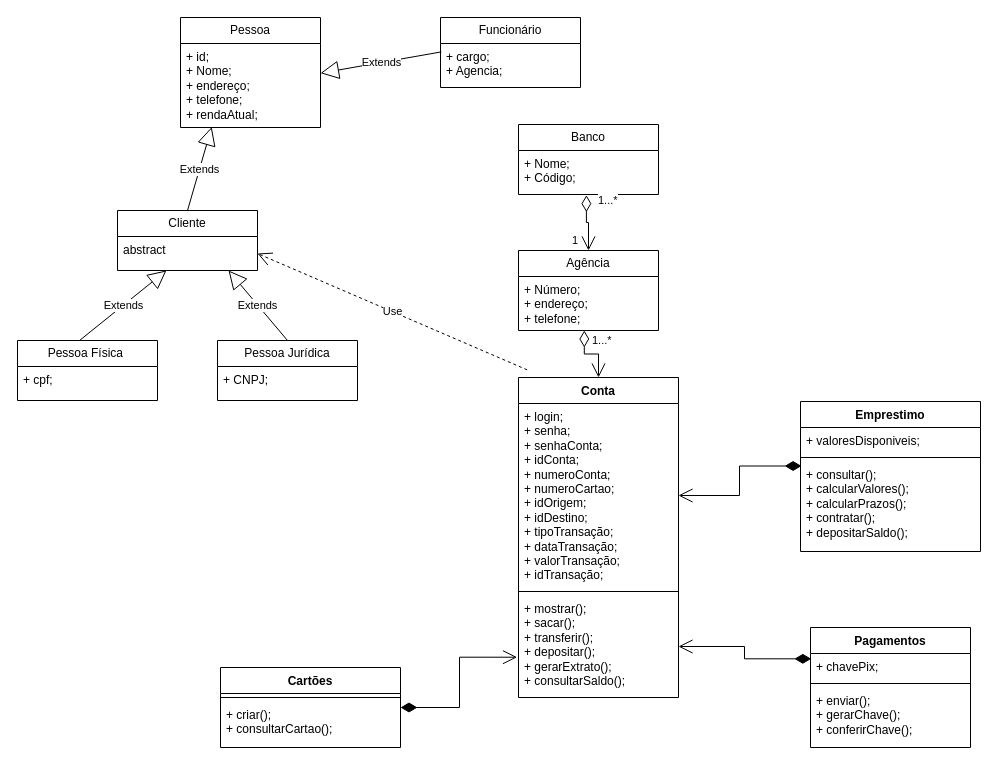
Above: Scape-Bank-2.drawio in arianamesquita/scape-bank-2.0 (draw.io), before the change. Source tidied: cells renumbered, new cells numbered last; positions are measured from the earlier drawing's top-left corner, leaving out a move shared by most shapes. Both pictures are drawn from the tidied source at 100%, with x=0, y=0 at pixel (17, 17).
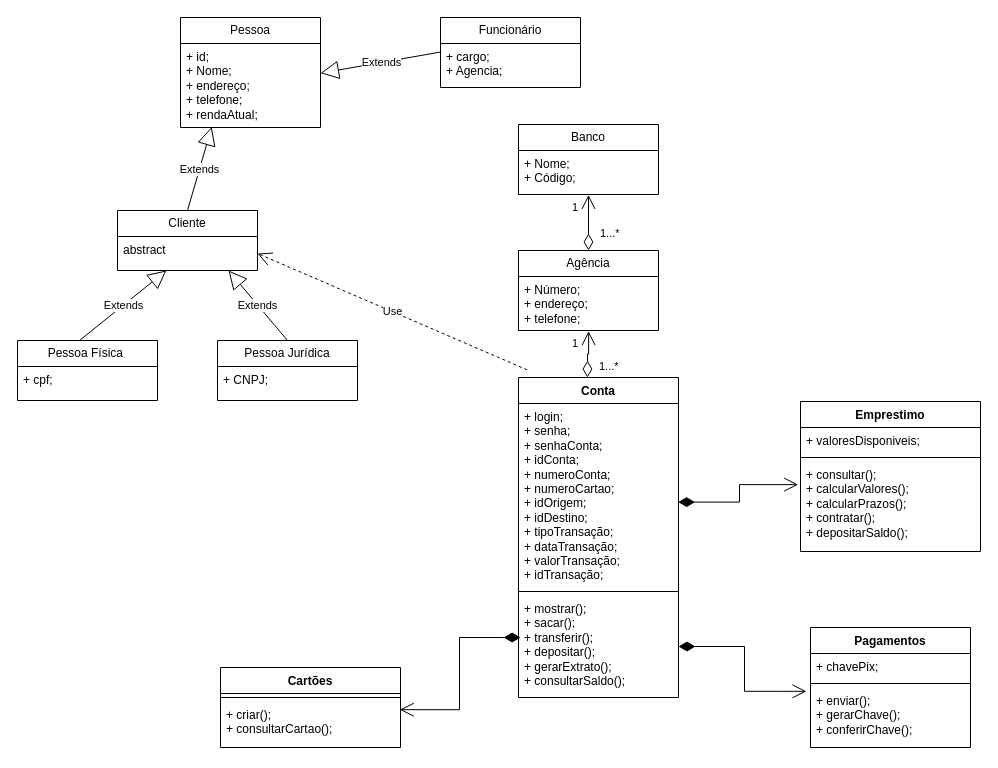
Above is the later version.

Unchanged cells that the change refers to:
```xml
<mxCell id="13" value="+ Nome;&lt;br&gt;+ Código;" style="text;strokeColor=none;fillColor=none;align=left;verticalAlign=top;spacingLeft=4;spacingRight=4;overflow=hidden;points=[[0,0.5],[1,0.5]];portConstraint=eastwest;whiteSpace=wrap;html=1;" parent="12" vertex="1">
  <mxGeometry y="26" width="140" height="44" as="geometry" />
</mxCell>
<mxCell id="14" value="Agência" style="swimlane;fontStyle=0;horizontal=1;startSize=26;fillColor=none;whiteSpace=wrap;html=1;" parent="1" vertex="1">
  <mxGeometry x="501" y="233" width="140" height="80" as="geometry" />
</mxCell>
<mxCell id="15" value="+ Número;&lt;br&gt;+ endereço;&lt;br&gt;+ telefone;" style="text;strokeColor=none;fillColor=none;align=left;verticalAlign=top;spacingLeft=4;spacingRight=4;overflow=hidden;points=[[0,0.5],[1,0.5]];portConstraint=eastwest;whiteSpace=wrap;html=1;" parent="14" vertex="1">
  <mxGeometry y="26" width="140" height="54" as="geometry" />
</mxCell>
<mxCell id="26" value="+ consultar();&lt;br&gt;+ calcularValores();&lt;br&gt;+ calcularPrazos();&lt;br&gt;+ contratar();&lt;br&gt;+ depositarSaldo();" style="text;strokeColor=none;fillColor=none;align=left;verticalAlign=top;spacingLeft=4;spacingRight=4;overflow=hidden;points=[[0,0.5],[1,0.5]];portConstraint=eastwest;whiteSpace=wrap;html=1;" parent="23" vertex="1">
  <mxGeometry y="60" width="180" height="90" as="geometry" />
</mxCell>
<mxCell id="28" value="+ chavePix;" style="text;strokeColor=none;fillColor=none;align=left;verticalAlign=top;spacingLeft=4;spacingRight=4;overflow=hidden;points=[[0,0.5],[1,0.5]];portConstraint=eastwest;whiteSpace=wrap;html=1;" parent="27" vertex="1">
  <mxGeometry y="26" width="160" height="26" as="geometry" />
</mxCell>
<mxCell id="30" value="+ enviar();&lt;br&gt;+ gerarChave();&lt;br&gt;+ conferirChave();" style="text;strokeColor=none;fillColor=none;align=left;verticalAlign=top;spacingLeft=4;spacingRight=4;overflow=hidden;points=[[0,0.5],[1,0.5]];portConstraint=eastwest;whiteSpace=wrap;html=1;" parent="27" vertex="1">
  <mxGeometry y="60" width="160" height="60" as="geometry" />
</mxCell>
<mxCell id="31" value="Conta" style="swimlane;fontStyle=1;align=center;verticalAlign=top;horizontal=1;startSize=26;whiteSpace=wrap;html=1;" parent="1" vertex="1">
  <mxGeometry x="501" y="360" width="160" height="320" as="geometry" />
</mxCell>
<mxCell id="32" value="+ login;&lt;br&gt;+ senha;&lt;br&gt;+ senhaConta;&lt;br&gt;+ idConta;&lt;br&gt;+ numeroConta;&lt;br&gt;+ numeroCartao;&lt;br&gt;+ idOrigem;&lt;br style=&quot;border-color: var(--border-color);&quot;&gt;+ idDestino;&lt;br style=&quot;border-color: var(--border-color);&quot;&gt;+ tipoTransação;&lt;br style=&quot;border-color: var(--border-color);&quot;&gt;+ dataTransação;&lt;br style=&quot;border-color: var(--border-color);&quot;&gt;+ valorTransação;&lt;br style=&quot;border-color: var(--border-color);&quot;&gt;+ idTransação;" style="text;strokeColor=none;fillColor=none;align=left;verticalAlign=top;spacingLeft=4;spacingRight=4;overflow=hidden;points=[[0,0.5],[1,0.5]];portConstraint=eastwest;whiteSpace=wrap;html=1;" parent="31" vertex="1">
  <mxGeometry y="26" width="160" height="184" as="geometry" />
</mxCell>
<mxCell id="34" value="+ mostrar();&lt;br&gt;+ sacar();&lt;br&gt;+ transferir();&lt;br&gt;+ depositar();&lt;br&gt;+ gerarExtrato();&lt;br&gt;+ consultarSaldo();" style="text;strokeColor=none;fillColor=none;align=left;verticalAlign=top;spacingLeft=4;spacingRight=4;overflow=hidden;points=[[0,0.5],[1,0.5]];portConstraint=eastwest;whiteSpace=wrap;html=1;" parent="31" vertex="1">
  <mxGeometry y="218" width="160" height="102" as="geometry" />
</mxCell>
<mxCell id="35" value="Cartões" style="swimlane;fontStyle=1;align=center;verticalAlign=top;horizontal=1;startSize=26;whiteSpace=wrap;html=1;" parent="1" vertex="1">
  <mxGeometry x="203" y="650" width="180" height="80" as="geometry" />
</mxCell>
<mxCell id="37" value="+ criar();&lt;br&gt;+ consultarCartao();" style="text;strokeColor=none;fillColor=none;align=left;verticalAlign=top;spacingLeft=4;spacingRight=4;overflow=hidden;points=[[0,0.5],[1,0.5]];portConstraint=eastwest;whiteSpace=wrap;html=1;" parent="35" vertex="1">
  <mxGeometry y="34" width="180" height="46" as="geometry" />
</mxCell>
```

The edit, as a diff of the source:
```diff
@@
+    <mxCell id="42" style="endArrow=open;html=1;endSize=12;startArrow=diamondThin;startSize=14;startFill=0;edgeStyle=orthogonalEdgeStyle;rounded=0;entryX=0.5;entryY=1.008;entryDx=0;entryDy=0;entryPerimeter=0;" parent="1" edge="1" source="14" target="13">
+      <mxGeometry relative="1" as="geometry" />
+    </mxCell>
+    <mxCell id="43" value="1...*" style="edgeLabel;html=1;align=left;verticalAlign=top;" parent="42" vertex="1">
+      <mxGeometry x="-1" relative="1" as="geometry">
+        <mxPoint x="10" y="-30" as="offset" />
+      </mxGeometry>
+    </mxCell>
+    <mxCell id="44" value="1" style="edgeLabel;html=1;align=right;verticalAlign=top;" parent="42" vertex="1">
+      <mxGeometry x="1" relative="1" as="geometry">
+        <mxPoint x="-10" as="offset" />
+      </mxGeometry>
+    </mxCell>
-    <mxCell id="20" style="endArrow=open;html=1;endSize=12;startArrow=diamondThin;startSize=14;startFill=0;edgeStyle=orthogonalEdgeStyle;rounded=0;entryX=0.5;entryY=0;entryDx=0;entryDy=0;exitX=0.47;exitY=1;exitDx=0;exitDy=0;exitPerimeter=0;" parent="1" edge="1" source="15" target="31">
+    <mxCell id="20" style="endArrow=open;html=1;endSize=12;startArrow=diamondThin;startSize=14;startFill=0;edgeStyle=orthogonalEdgeStyle;rounded=0;exitX=0.431;exitY=0;exitDx=0;exitDy=0;entryX=0.501;entryY=1.011;entryDx=0;entryDy=0;entryPerimeter=0;exitPerimeter=0;" parent="1" edge="1" source="31" target="15">
       <mxGeometry relative="1" as="geometry" />
     </mxCell>
     <mxCell id="21" value="1...*" style="edgeLabel;html=1;align=left;verticalAlign=top;" parent="20" vertex="1">
       <mxGeometry x="-1" relative="1" as="geometry">
-        <mxPoint x="6" y="-3" as="offset" />
+        <mxPoint x="10" y="-24" as="offset" />
       </mxGeometry>
     </mxCell>
@@
-    <mxCell id="38" style="endArrow=open;html=1;endSize=12;startArrow=diamondThin;startSize=14;startFill=1;edgeStyle=orthogonalEdgeStyle;align=left;verticalAlign=bottom;rounded=0;entryX=-0.009;entryY=0.605;entryDx=0;entryDy=0;entryPerimeter=0;" parent="1" edge="1" source="35" target="34">
+    <mxCell id="38" style="endArrow=open;html=1;endSize=12;startArrow=diamondThin;startSize=14;startFill=1;edgeStyle=orthogonalEdgeStyle;align=left;verticalAlign=bottom;rounded=0;entryX=0.996;entryY=0.178;entryDx=0;entryDy=0;entryPerimeter=0;exitX=0.013;exitY=0.412;exitDx=0;exitDy=0;exitPerimeter=0;" parent="1" edge="1" source="34" target="37">
       <mxGeometry x="-1" y="3" relative="1" as="geometry" />
     </mxCell>
-    <mxCell id="39" style="endArrow=open;html=1;endSize=12;startArrow=diamondThin;startSize=14;startFill=1;edgeStyle=orthogonalEdgeStyle;align=left;verticalAlign=bottom;rounded=0;exitX=0.005;exitY=0.205;exitDx=0;exitDy=0;exitPerimeter=0;entryX=1;entryY=0.5;entryDx=0;entryDy=0;" parent="1" edge="1" source="28" target="34">
+    <mxCell id="39" style="endArrow=open;html=1;endSize=12;startArrow=diamondThin;startSize=14;startFill=1;edgeStyle=orthogonalEdgeStyle;align=left;verticalAlign=bottom;rounded=0;entryX=-0.025;entryY=0.064;entryDx=0;entryDy=0;entryPerimeter=0;" parent="1" edge="1" source="34" target="30">
       <mxGeometry x="-1" y="3" relative="1" as="geometry" />
     </mxCell>
-    <mxCell id="40" style="endArrow=open;html=1;endSize=12;startArrow=diamondThin;startSize=14;startFill=1;edgeStyle=orthogonalEdgeStyle;align=left;verticalAlign=bottom;rounded=0;exitX=0.006;exitY=0.05;exitDx=0;exitDy=0;exitPerimeter=0;entryX=1;entryY=0.5;entryDx=0;entryDy=0;" parent="1" edge="1" source="26" target="32">
+    <mxCell id="40" style="endArrow=open;html=1;endSize=12;startArrow=diamondThin;startSize=14;startFill=1;edgeStyle=orthogonalEdgeStyle;align=left;verticalAlign=bottom;rounded=0;entryX=-0.013;entryY=0.257;entryDx=0;entryDy=0;entryPerimeter=0;exitX=0.998;exitY=0.536;exitDx=0;exitDy=0;exitPerimeter=0;" parent="1" edge="1" source="32" target="26">
       <mxGeometry x="-1" y="3" relative="1" as="geometry" />
     </mxCell>
@@
-    <mxCell id="42" style="endArrow=open;html=1;endSize=12;startArrow=diamondThin;startSize=14;startFill=0;edgeStyle=orthogonalEdgeStyle;rounded=0;entryX=0.5;entryY=0;entryDx=0;entryDy=0;exitX=0.485;exitY=1.015;exitDx=0;exitDy=0;exitPerimeter=0;" parent="1" edge="1" source="13" target="14">
-      <mxGeometry relative="1" as="geometry" />
-    </mxCell>
-    <mxCell id="43" value="1...*" style="edgeLabel;html=1;align=left;verticalAlign=top;" parent="42" vertex="1">
-      <mxGeometry x="-1" relative="1" as="geometry">
-        <mxPoint x="10" y="-8" as="offset" />
-      </mxGeometry>
-    </mxCell>
-    <mxCell id="44" value="1" style="edgeLabel;html=1;align=right;verticalAlign=top;" parent="42" vertex="1">
-      <mxGeometry x="1" relative="1" as="geometry">
-        <mxPoint x="-10" y="-23" as="offset" />
-      </mxGeometry>
-    </mxCell>
```
